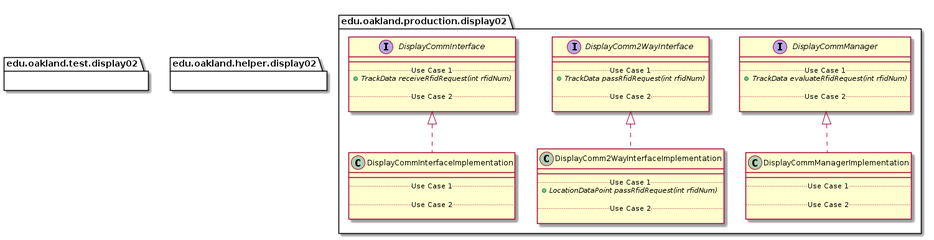
Before: docs/uml-class-diagrams/display02/Display02Packages_InternalDependencies.png, a diagram exported from PlantUML (andrewdimmer/csi-3370-software-project). Its diagram source:
```plantuml
@startuml Display02Packages_InternalDependencies


package edu.oakland.production.display02 {

}


package edu.oakland.production.display02 {
    interface DisplayCommInterface {
        __
        .. Use Case 1 ..
        {abstract} + TrackData receiveRfidRequest(int rfidNum)

        .. Use Case 2 ..

    }
}


package edu.oakland.production.display02 {
    interface DisplayComm2WayInterface {
        __
        .. Use Case 1 ..
        {abstract} + TrackData passRfidRequest(int rfidNum)

        .. Use Case 2 ..

    }
}


package edu.oakland.production.display02 {
    interface DisplayCommManager {
        __
        .. Use Case 1 ..
        {abstract} + TrackData evaluateRfidRequest(int rfidNum)

        .. Use Case 2 ..

    }
}


package edu.oakland.production.display02 {
    class DisplayCommInterfaceImplementation {
        __
        .. Use Case 1 ..

        .. Use Case 2 ..

    }
}


DisplayCommInterfaceImplementation .up.|> DisplayCommInterface

package edu.oakland.production.display02 {
    class DisplayComm2WayInterfaceImplementation {
        __
        .. Use Case 1 ..
        {abstract} + LocationDataPoint passRfidRequest(int rfidNum)

        .. Use Case 2 ..

    }
}


DisplayComm2WayInterfaceImplementation .up.|> DisplayComm2WayInterface

package edu.oakland.production.display02 {
    class DisplayCommManagerImplementation {
        __
        .. Use Case 1 ..

        .. Use Case 2 ..

    }
}


DisplayCommManagerImplementation .up.|> DisplayCommManager








package edu.oakland.test.display02 {

}


package edu.oakland.helper.display02 {

}


@enduml
```
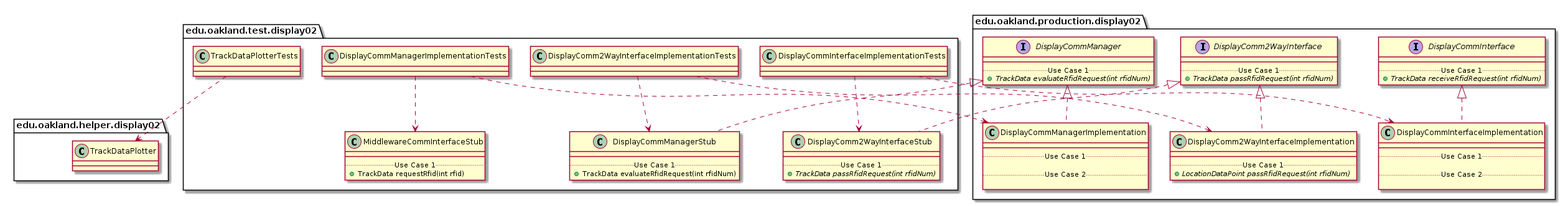
The same diagram one commit later.

Diff of the diagram source:
```diff
@@ -11,9 +11,6 @@
         __
         .. Use Case 1 ..
         {abstract} + TrackData receiveRfidRequest(int rfidNum)
-
-        .. Use Case 2 ..
-
     }
 }
 
@@ -23,9 +20,6 @@
         __
         .. Use Case 1 ..
         {abstract} + TrackData passRfidRequest(int rfidNum)
-
-        .. Use Case 2 ..
-
     }
 }
 
@@ -35,9 +29,6 @@
         __
         .. Use Case 1 ..
         {abstract} + TrackData evaluateRfidRequest(int rfidNum)
-
-        .. Use Case 2 ..
-
     }
 }
 
@@ -60,9 +51,6 @@
         __
         .. Use Case 1 ..
         {abstract} + LocationDataPoint passRfidRequest(int rfidNum)
-
-        .. Use Case 2 ..
-
     }
 }
 
@@ -94,9 +82,87 @@
 }
 
 
+package edu.oakland.test.display02 {
+    class DisplayCommInterfaceImplementationTests {
+
+    }
+}
+
+
+
+package edu.oakland.test.display02 {
+    class DisplayComm2WayInterfaceStub {
+        __
+        .. Use Case 1 ..
+        {abstract} + TrackData passRfidRequest(int rfidNum)
+    }
+}
+
+DisplayCommInterfaceImplementationTests ..> DisplayComm2WayInterfaceStub
+
+package edu.oakland.test.display02 {
+    class DisplayComm2WayInterfaceImplementationTests {
+
+    }
+}
+
+
+
+package edu.oakland.test.display02 {
+    class DisplayCommManagerStub {
+        __
+        .. Use Case 1 ..
+        + TrackData evaluateRfidRequest(int rfidNum)
+    }
+}
+
+DisplayComm2WayInterfaceImplementationTests ..> DisplayCommManagerStub
+
+package edu.oakland.test.display02 {
+    class DisplayCommManagerImplementationTests {
+
+    }
+}
+
+
+
+package edu.oakland.test.display02 {
+    class MiddlewareCommInterfaceStub {
+        __
+        .. Use Case 1 ..
+        + TrackData requestRfid(int rfid)
+    }
+}
+
+DisplayCommManagerImplementationTests ..> MiddlewareCommInterfaceStub
+
+package edu.oakland.test.display02 {
+    class TrackDataPlotterTests {
+
+    }
+}
+
+
+DisplayCommInterfaceImplementationTests ..> DisplayCommInterfaceImplementation
+DisplayComm2WayInterfaceImplementationTests ..> DisplayComm2WayInterfaceImplementation
+DisplayCommManagerImplementationTests ..> DisplayCommManagerImplementation
+
+package edu.oakland.helper.display02 {
+    class TrackDataPlotter {
+
+    }
+}
+
+TrackDataPlotterTests ..> TrackDataPlotter
+DisplayComm2WayInterfaceStub .up.|> DisplayComm2WayInterface
+DisplayCommManagerStub .up.|> DisplayCommManager
+
+
 package edu.oakland.helper.display02 {
 
 }
 
 
+
+
 @enduml
```
